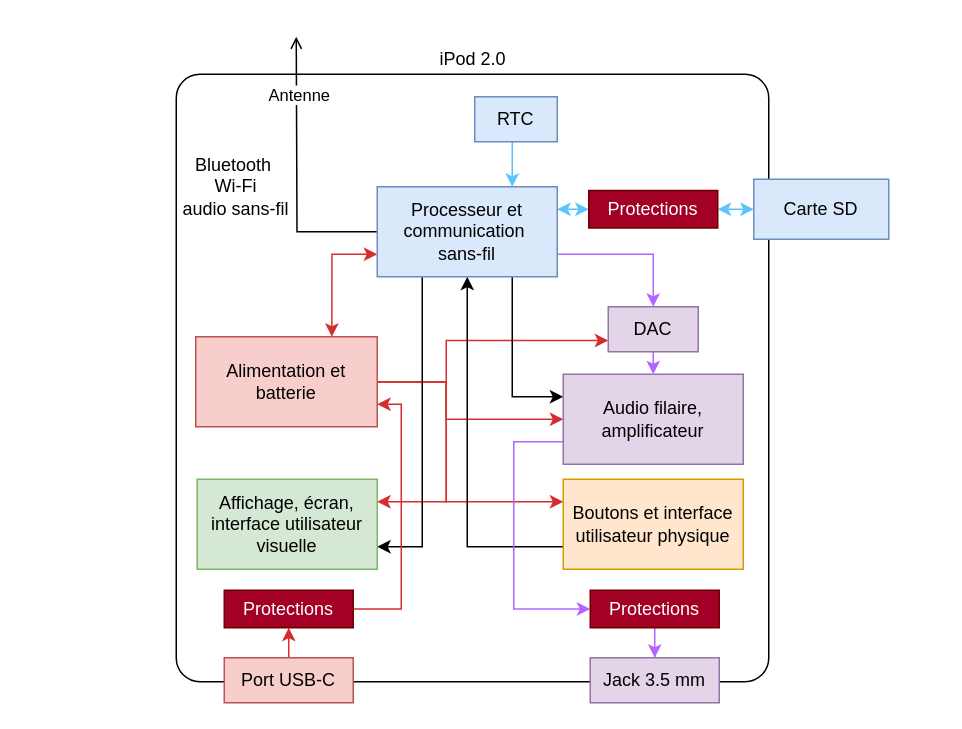
The draw.io diagram assets/figures/Analyse_Fonctionnelle-Niv1.drawio in dossantosyann/iPod2.0_Latex_Report, before the edit. Source tidied: cells renumbered, new cells numbered last; positions are measured from the earlier drawing's top-left corner, leaving out a move shared by most shapes. Both pictures are drawn from the tidied source at 150%, with x=0, y=0 at pixel (176, 36).
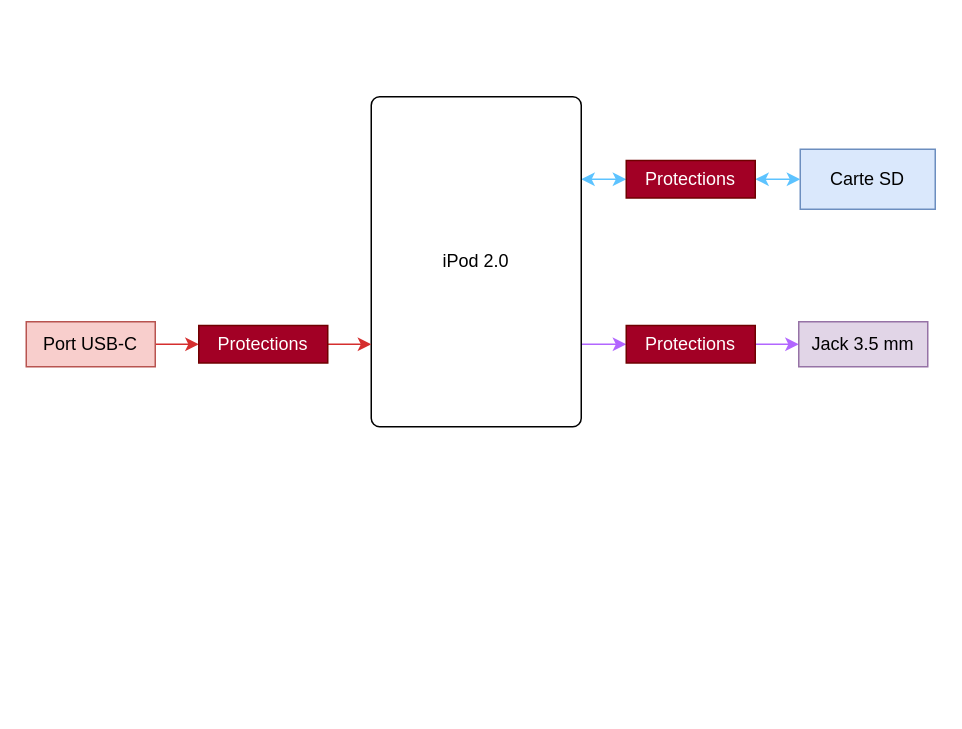
After the change.

Commit message:
Mettre à jour Analyse_Fonctionnelle-Niv1.drawio

The edit, as a diff of the source:
```diff
@@
+    <mxCell id="37" style="edgeStyle=orthogonalEdgeStyle;rounded=0;jettySize=auto;html=1;exitX=1;exitY=0.25;exitDx=0;exitDy=0;entryX=0;entryY=0.5;entryDx=0;entryDy=0;startArrow=classic;startFill=1;strokeColor=#5DC3FF;" parent="1" edge="1" source="2" target="32">
+      <mxGeometry relative="1" as="geometry" />
+    </mxCell>
+    <mxCell id="38" style="edgeStyle=orthogonalEdgeStyle;rounded=0;jettySize=auto;html=1;exitX=1;exitY=0.75;exitDx=0;exitDy=0;entryX=0;entryY=0.5;entryDx=0;entryDy=0;strokeColor=#B266FF;" parent="1" edge="1" source="2" target="34">
+      <mxGeometry relative="1" as="geometry" />
+    </mxCell>
-    <mxCell id="2" style="rounded=1;whiteSpace=wrap;html=1;arcSize=4;" parent="1" vertex="1">
-      <mxGeometry y="25" width="395" height="405" as="geometry" />
+    <mxCell id="2" value="iPod 2.0" style="rounded=1;whiteSpace=wrap;html=1;arcSize=4;" parent="1" vertex="1">
+      <mxGeometry x="130" y="40" width="140" height="220" as="geometry" />
     </mxCell>
-    <mxCell id="3" style="edgeStyle=orthogonalEdgeStyle;rounded=0;jettySize=auto;html=1;exitX=0.5;exitY=0;exitDx=0;exitDy=0;entryX=0.5;entryY=1;entryDx=0;entryDy=0;strokeColor=#D52E2E;" parent="1" edge="1" source="4" target="30">
+    <mxCell id="3" style="edgeStyle=orthogonalEdgeStyle;rounded=0;jettySize=auto;html=1;strokeColor=#D52E2E;" parent="1" edge="1" source="4" target="30">
       <mxGeometry relative="1" as="geometry" />
     </mxCell>
     <mxCell id="4" value="Port USB-C" style="rounded=0;whiteSpace=wrap;html=1;fillColor=#f8cecc;strokeColor=#b85450;" parent="1" vertex="1">
-      <mxGeometry x="32" y="414" width="86" height="30" as="geometry" />
+      <mxGeometry x="-100" y="190" width="86" height="30" as="geometry" />
     </mxCell>
-    <mxCell id="5" style="edgeStyle=orthogonalEdgeStyle;rounded=0;jettySize=auto;html=1;exitX=1;exitY=0.5;exitDx=0;exitDy=0;entryX=0;entryY=0.75;entryDx=0;entryDy=0;fillColor=#e51400;strokeColor=#D52E2E;" parent="1" edge="1" source="10" target="26">
-      <mxGeometry relative="1" as="geometry">
-        <Array as="points">
-          <mxPoint x="180" y="230" />
-          <mxPoint x="180" y="203" />
-        </Array>
-      </mxGeometry>
-    </mxCell>
-    <mxCell id="6" style="edgeStyle=orthogonalEdgeStyle;rounded=0;jettySize=auto;html=1;exitX=1;exitY=0.5;exitDx=0;exitDy=0;entryX=1;entryY=0.25;entryDx=0;entryDy=0;fillColor=#e51400;strokeColor=#D52E2E;" parent="1" edge="1" source="10" target="19">
-      <mxGeometry relative="1" as="geometry">
-        <Array as="points">
-          <mxPoint x="180" y="230" />
-          <mxPoint x="180" y="310" />
-        </Array>
-      </mxGeometry>
-    </mxCell>
-    <mxCell id="7" style="edgeStyle=orthogonalEdgeStyle;rounded=0;jettySize=auto;html=1;exitX=1;exitY=0.5;exitDx=0;exitDy=0;entryX=0;entryY=0.25;entryDx=0;entryDy=0;fillColor=#e51400;strokeColor=#D52E2E;" parent="1" edge="1" source="10" target="20">
-      <mxGeometry relative="1" as="geometry">
-        <Array as="points">
-          <mxPoint x="180" y="230" />
-          <mxPoint x="180" y="310" />
-        </Array>
-      </mxGeometry>
-    </mxCell>
-    <mxCell id="8" style="edgeStyle=orthogonalEdgeStyle;rounded=0;jettySize=auto;html=1;exitX=1;exitY=0.5;exitDx=0;exitDy=0;entryX=0;entryY=0.5;entryDx=0;entryDy=0;fillColor=#e51400;strokeColor=#D52E2E;" parent="1" edge="1" source="10" target="23">
-      <mxGeometry relative="1" as="geometry">
-        <Array as="points">
-          <mxPoint x="180" y="230" />
-          <mxPoint x="180" y="255" />
-        </Array>
-      </mxGeometry>
-    </mxCell>
-    <mxCell id="9" style="edgeStyle=orthogonalEdgeStyle;rounded=0;jettySize=auto;html=1;exitX=0.75;exitY=0;exitDx=0;exitDy=0;entryX=0;entryY=0.75;entryDx=0;entryDy=0;startArrow=classic;startFill=1;fillColor=#e51400;strokeColor=#D52E2E;" parent="1" edge="1" source="10" target="18">
-      <mxGeometry relative="1" as="geometry" />
-    </mxCell>
-    <mxCell id="10" value="Alimentation et batterie" style="rounded=0;whiteSpace=wrap;html=1;fillColor=#f8cecc;strokeColor=#b85450;" parent="1" vertex="1">
-      <mxGeometry x="13" y="200" width="121" height="60" as="geometry" />
-    </mxCell>
-    <mxCell id="11" style="edgeStyle=orthogonalEdgeStyle;rounded=0;jettySize=auto;html=1;exitX=0;exitY=0.5;exitDx=0;exitDy=0;endArrow=open;endFill=0;" parent="1" edge="1" source="18">
-      <mxGeometry relative="1" as="geometry">
-        <mxPoint x="80" as="targetPoint" />
-      </mxGeometry>
-    </mxCell>
-    <mxCell id="12" value="Antenne" style="edgeLabel;html=1;align=center;verticalAlign=middle;" parent="11" vertex="1">
-      <mxGeometry x="0.32" y="1" relative="1" as="geometry">
-        <mxPoint x="2" y="-24" as="offset" />
-      </mxGeometry>
-    </mxCell>
-    <mxCell id="13" style="edgeStyle=orthogonalEdgeStyle;rounded=0;jettySize=auto;html=1;exitX=1;exitY=0.25;exitDx=0;exitDy=0;entryX=0;entryY=0.5;entryDx=0;entryDy=0;strokeColor=#5DC3FF;startArrow=classic;startFill=1;" parent="1" edge="1" source="18" target="32">
-      <mxGeometry relative="1" as="geometry" />
-    </mxCell>
-    <mxCell id="14" style="edgeStyle=orthogonalEdgeStyle;rounded=0;jettySize=auto;html=1;exitX=1;exitY=0.75;exitDx=0;exitDy=0;entryX=0.5;entryY=0;entryDx=0;entryDy=0;fillColor=#d80073;strokeColor=#B266FF;" parent="1" edge="1" source="18" target="26">
-      <mxGeometry relative="1" as="geometry" />
-    </mxCell>
-    <mxCell id="15" style="edgeStyle=orthogonalEdgeStyle;rounded=0;jettySize=auto;html=1;exitX=0.75;exitY=1;exitDx=0;exitDy=0;entryX=0;entryY=0.25;entryDx=0;entryDy=0;" parent="1" edge="1" source="18" target="23">
-      <mxGeometry relative="1" as="geometry" />
-    </mxCell>
-    <mxCell id="16" style="edgeStyle=orthogonalEdgeStyle;rounded=0;jettySize=auto;html=1;exitX=0.5;exitY=1;exitDx=0;exitDy=0;entryX=0;entryY=0.75;entryDx=0;entryDy=0;startArrow=classic;startFill=1;endArrow=none;endFill=0;" parent="1" edge="1" source="18" target="20">
-      <mxGeometry relative="1" as="geometry" />
-    </mxCell>
-    <mxCell id="17" style="edgeStyle=orthogonalEdgeStyle;rounded=0;jettySize=auto;html=1;exitX=0.25;exitY=1;exitDx=0;exitDy=0;entryX=1;entryY=0.75;entryDx=0;entryDy=0;" parent="1" edge="1" source="18" target="19">
-      <mxGeometry relative="1" as="geometry" />
-    </mxCell>
-    <mxCell id="18" value="&lt;div&gt;Processeur et communication&amp;nbsp;&lt;/div&gt;&lt;div&gt;sans-fil&lt;/div&gt;" style="rounded=0;whiteSpace=wrap;html=1;fillColor=#dae8fc;strokeColor=#6c8ebf;" parent="1" vertex="1">
-      <mxGeometry x="134" y="100" width="120" height="60" as="geometry" />
-    </mxCell>
-    <mxCell id="19" value="Affichage, écran, interface utilisateur visuelle" style="rounded=0;whiteSpace=wrap;html=1;fillColor=#d5e8d4;strokeColor=#82b366;" parent="1" vertex="1">
-      <mxGeometry x="14" y="295" width="120" height="60" as="geometry" />
-    </mxCell>
-    <mxCell id="20" value="Boutons et interface utilisateur physique" style="rounded=0;whiteSpace=wrap;html=1;fillColor=#ffe6cc;strokeColor=#d79b00;" parent="1" vertex="1">
-      <mxGeometry x="258" y="295" width="120" height="60" as="geometry" />
-    </mxCell>
-    <mxCell id="21" value="&lt;div&gt;Bluetooth&amp;nbsp;&lt;/div&gt;&lt;div&gt;Wi-Fi&lt;/div&gt;&lt;div&gt;audio sans-fil&lt;/div&gt;" style="text;html=1;whiteSpace=wrap;strokeColor=none;fillColor=none;align=center;verticalAlign=middle;rounded=0;" parent="1" vertex="1">
-      <mxGeometry y="85" width="80" height="30" as="geometry" />
-    </mxCell>
-    <mxCell id="22" style="edgeStyle=orthogonalEdgeStyle;rounded=0;jettySize=auto;html=1;exitX=0;exitY=0.75;exitDx=0;exitDy=0;entryX=0;entryY=0.5;entryDx=0;entryDy=0;strokeColor=#B266FF;" parent="1" edge="1" source="23" target="34">
-      <mxGeometry relative="1" as="geometry">
-        <Array as="points">
-          <mxPoint x="225" y="270" />
-          <mxPoint x="225" y="382" />
-        </Array>
-      </mxGeometry>
-    </mxCell>
-    <mxCell id="23" value="Audio filaire, amplificateur" style="rounded=0;whiteSpace=wrap;html=1;fillColor=#e1d5e7;strokeColor=#9673a6;" parent="1" vertex="1">
-      <mxGeometry x="258" y="225" width="120" height="60" as="geometry" />
-    </mxCell>
     <mxCell id="24" value="Carte SD" style="rounded=0;whiteSpace=wrap;html=1;fillColor=#dae8fc;strokeColor=#6c8ebf;" parent="1" vertex="1">
-      <mxGeometry x="385" y="95" width="90" height="40" as="geometry" />
+      <mxGeometry x="416" y="75" width="90" height="40" as="geometry" />
     </mxCell>
-    <mxCell id="25" style="edgeStyle=orthogonalEdgeStyle;rounded=0;jettySize=auto;html=1;exitX=0.5;exitY=1;exitDx=0;exitDy=0;entryX=0.5;entryY=0;entryDx=0;entryDy=0;strokeColor=#B266FF;" parent="1" edge="1" source="26" target="23">
-      <mxGeometry relative="1" as="geometry" />
-    </mxCell>
-    <mxCell id="26" value="DAC" style="rounded=0;whiteSpace=wrap;html=1;fillColor=#e1d5e7;strokeColor=#9673a6;" parent="1" vertex="1">
-      <mxGeometry x="288" y="180" width="60" height="30" as="geometry" />
-    </mxCell>
-    <mxCell id="27" style="edgeStyle=orthogonalEdgeStyle;rounded=0;jettySize=auto;html=1;exitX=0.5;exitY=1;exitDx=0;exitDy=0;entryX=0.75;entryY=0;entryDx=0;entryDy=0;strokeColor=#5DC3FF;" parent="1" edge="1" source="28" target="18">
-      <mxGeometry relative="1" as="geometry" />
-    </mxCell>
-    <mxCell id="28" value="RTC" style="rounded=0;whiteSpace=wrap;html=1;fillColor=#dae8fc;strokeColor=#6c8ebf;" parent="1" vertex="1">
-      <mxGeometry x="199" y="40" width="55" height="30" as="geometry" />
-    </mxCell>
-    <mxCell id="29" style="edgeStyle=orthogonalEdgeStyle;rounded=0;jettySize=auto;html=1;exitX=1;exitY=0.5;exitDx=0;exitDy=0;entryX=1;entryY=0.75;entryDx=0;entryDy=0;strokeColor=#D52E2E;" parent="1" edge="1" source="30" target="10">
-      <mxGeometry relative="1" as="geometry">
-        <Array as="points">
-          <mxPoint x="150" y="382" />
-          <mxPoint x="150" y="245" />
-        </Array>
-      </mxGeometry>
-    </mxCell>
+    <mxCell id="39" style="edgeStyle=orthogonalEdgeStyle;rounded=0;jettySize=auto;html=1;exitX=1;exitY=0.5;exitDx=0;exitDy=0;entryX=0;entryY=0.75;entryDx=0;entryDy=0;strokeColor=#D52E2E;" parent="1" edge="1" source="30" target="2">
+      <mxGeometry relative="1" as="geometry" />
+    </mxCell>
     <mxCell id="30" value="Protections" style="rounded=0;whiteSpace=wrap;html=1;fillColor=#a20025;fontColor=#ffffff;strokeColor=#6F0000;" parent="1" vertex="1">
-      <mxGeometry x="32" y="369" width="86" height="25" as="geometry" />
+      <mxGeometry x="15" y="192.5" width="86" height="25" as="geometry" />
     </mxCell>
-    <mxCell id="31" style="edgeStyle=orthogonalEdgeStyle;rounded=0;jettySize=auto;html=1;fillColor=#1ba1e2;strokeColor=light-dark(#5DC3FF,#60C9E9);startArrow=classic;startFill=1;" parent="1" edge="1" source="32" target="24">
+    <mxCell id="31" style="edgeStyle=orthogonalEdgeStyle;rounded=0;jettySize=auto;html=1;exitX=1;exitY=0.5;exitDx=0;exitDy=0;entryX=0;entryY=0.5;entryDx=0;entryDy=0;startArrow=classic;startFill=1;strokeColor=#5DC3FF;" parent="1" edge="1" source="32" target="24">
       <mxGeometry relative="1" as="geometry" />
     </mxCell>
     <mxCell id="32" value="Protections" style="rounded=0;whiteSpace=wrap;html=1;fillColor=#a20025;fontColor=#ffffff;strokeColor=#6F0000;" parent="1" vertex="1">
-      <mxGeometry x="275" y="102.5" width="86" height="25" as="geometry" />
+      <mxGeometry x="300" y="82.5" width="86" height="25" as="geometry" />
     </mxCell>
-    <mxCell id="33" style="edgeStyle=orthogonalEdgeStyle;rounded=0;jettySize=auto;html=1;fillColor=#d80073;strokeColor=#B266FF;" parent="1" edge="1" source="34" target="35">
+    <mxCell id="33" style="edgeStyle=orthogonalEdgeStyle;rounded=0;jettySize=auto;html=1;strokeColor=#B266FF;" parent="1" edge="1" source="34" target="35">
       <mxGeometry relative="1" as="geometry" />
     </mxCell>
     <mxCell id="34" value="Protections" style="rounded=0;whiteSpace=wrap;html=1;fillColor=#a20025;fontColor=#ffffff;strokeColor=#6F0000;rotation=0;" parent="1" vertex="1">
-      <mxGeometry x="276" y="369" width="86" height="25" as="geometry" />
+      <mxGeometry x="300" y="192.5" width="86" height="25" as="geometry" />
     </mxCell>
     <mxCell id="35" value="Jack 3.5 mm" style="rounded=0;whiteSpace=wrap;html=1;fillColor=#e1d5e7;strokeColor=#9673a6;" parent="1" vertex="1">
-      <mxGeometry x="276" y="414" width="86" height="30" as="geometry" />
+      <mxGeometry x="415" y="190" width="86" height="30" as="geometry" />
     </mxCell>
-    <mxCell id="36" value="iPod 2.0" style="text;html=1;whiteSpace=wrap;strokeColor=none;fillColor=none;align=center;verticalAlign=middle;rounded=0;" parent="1" vertex="1">
-      <mxGeometry x="167.5" width="60" height="30" as="geometry" />
-    </mxCell>
```
